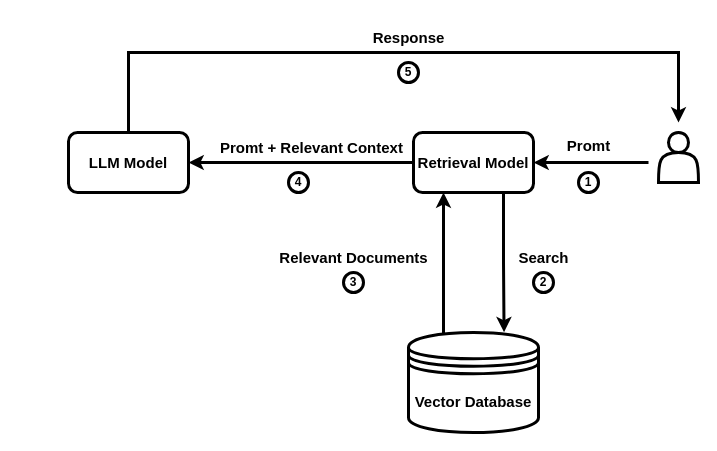
The draw.io diagram paper/bilder/Untitled Diagram.drawio in EmreMutlu99/Large-Language-Models-in-Human-machine-interaction, before the edit. Source tidied: cells renumbered, new cells numbered last; positions are measured from the earlier drawing's top-left corner, leaving out a move shared by most shapes. Both pictures are drawn from the tidied source at 100%, with x=0, y=0 at pixel (68, 22).
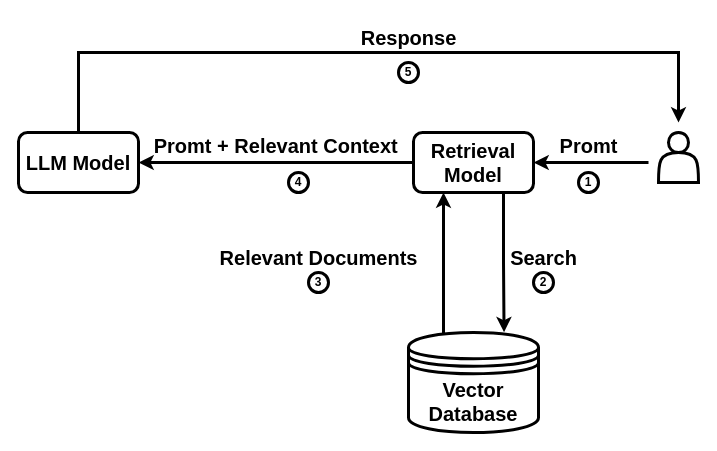
After the change.

What changed in the source:
```diff
@@
-    <mxCell id="3" value="&lt;font style=&quot;font-size: 15px;&quot;&gt;&lt;b&gt;Vector Database&lt;/b&gt;&lt;/font&gt;" style="shape=datastore;whiteSpace=wrap;html=1;strokeWidth=3;" parent="1" vertex="1">
+    <mxCell id="3" value="&lt;font style=&quot;font-size: 20px;&quot;&gt;&lt;b style=&quot;&quot;&gt;Vector Database&lt;/b&gt;&lt;/font&gt;" style="shape=datastore;whiteSpace=wrap;html=1;strokeWidth=3;" parent="1" vertex="1">
       <mxGeometry x="340" y="310" width="130" height="100" as="geometry" />
     </mxCell>
@@
-    <mxCell id="5" value="&lt;font style=&quot;font-size: 15px;&quot;&gt;&lt;b&gt;Retrieval Model&lt;/b&gt;&lt;/font&gt;" style="rounded=1;whiteSpace=wrap;html=1;strokeWidth=3;" parent="1" vertex="1">
+    <mxCell id="5" value="&lt;font style=&quot;font-size: 20px;&quot;&gt;&lt;b style=&quot;&quot;&gt;Retrieval Model&lt;/b&gt;&lt;/font&gt;" style="rounded=1;whiteSpace=wrap;html=1;strokeWidth=3;" parent="1" vertex="1">
       <mxGeometry x="345" y="110" width="120" height="60" as="geometry" />
     </mxCell>
@@
-    <mxCell id="8" value="&lt;font style=&quot;font-size: 15px;&quot;&gt;&lt;b&gt;Search&lt;/b&gt;&lt;/font&gt;" style="text;html=1;align=center;verticalAlign=middle;strokeColor=none;fillColor=none;" parent="1" vertex="1">
-      <mxGeometry x="440" y="220" width="70" height="30" as="geometry" />
+    <mxCell id="8" value="&lt;font style=&quot;font-size: 20px;&quot;&gt;&lt;b style=&quot;&quot;&gt;Search&lt;/b&gt;&lt;/font&gt;" style="text;html=1;align=center;verticalAlign=middle;strokeColor=none;fillColor=none;" parent="1" vertex="1">
+      <mxGeometry x="430" y="215" width="90" height="40" as="geometry" />
     </mxCell>
-    <mxCell id="9" value="&lt;b&gt;&lt;font style=&quot;font-size: 15px;&quot;&gt;Relevant Documents&lt;/font&gt;&lt;/b&gt;" style="text;html=1;align=center;verticalAlign=middle;strokeColor=none;fillColor=none;" parent="1" vertex="1">
-      <mxGeometry x="200" y="220" width="170" height="30" as="geometry" />
+    <mxCell id="9" value="&lt;b&gt;&lt;font style=&quot;font-size: 20px;&quot;&gt;Relevant Documents&lt;/font&gt;&lt;/b&gt;" style="text;html=1;align=center;verticalAlign=middle;strokeColor=none;fillColor=none;" parent="1" vertex="1">
+      <mxGeometry x="140" y="215" width="220" height="40" as="geometry" />
     </mxCell>
@@
-    <mxCell id="11" value="&lt;font style=&quot;font-size: 15px;&quot;&gt;&lt;b&gt;LLM Model&lt;/b&gt;&lt;/font&gt;" style="rounded=1;whiteSpace=wrap;html=1;strokeWidth=3;" parent="1" vertex="1">
-      <mxGeometry y="110" width="120" height="60" as="geometry" />
+    <mxCell id="11" value="&lt;font style=&quot;font-size: 20px;&quot;&gt;&lt;b style=&quot;&quot;&gt;LLM Model&lt;/b&gt;&lt;/font&gt;" style="rounded=1;whiteSpace=wrap;html=1;strokeWidth=3;" parent="1" vertex="1">
+      <mxGeometry x="-50" y="110" width="120" height="60" as="geometry" />
     </mxCell>
     <mxCell id="12" style="edgeStyle=orthogonalEdgeStyle;rounded=0;jettySize=auto;html=1;exitX=0.5;exitY=0;exitDx=0;exitDy=0;strokeWidth=3;" parent="1" edge="1" source="11">
       <mxGeometry relative="1" as="geometry">
         <mxPoint x="610" y="100" as="targetPoint" />
         <Array as="points">
-          <mxPoint x="60" y="30" />
+          <mxPoint x="10" y="30" />
           <mxPoint x="610" y="30" />
         </Array>
       </mxGeometry>
     </mxCell>
-    <mxCell id="13" value="&lt;font style=&quot;font-size: 15px;&quot;&gt;&lt;b&gt;Promt + Relevant Context&amp;nbsp;&lt;/b&gt;&lt;/font&gt;" style="text;html=1;align=center;verticalAlign=middle;strokeColor=none;fillColor=none;" parent="1" vertex="1">
-      <mxGeometry x="140" y="110" width="210" height="30" as="geometry" />
+    <mxCell id="13" value="&lt;font style=&quot;font-size: 20px;&quot;&gt;&lt;b style=&quot;&quot;&gt;Promt + Relevant Context&amp;nbsp;&lt;/b&gt;&lt;/font&gt;" style="text;html=1;align=center;verticalAlign=middle;strokeColor=none;fillColor=none;" parent="1" vertex="1">
+      <mxGeometry x="75" y="103" width="270" height="40" as="geometry" />
     </mxCell>
-    <mxCell id="14" value="&lt;font style=&quot;font-size: 15px;&quot;&gt;&lt;b&gt;Promt&lt;/b&gt;&lt;/font&gt;" style="text;html=1;align=center;verticalAlign=middle;strokeColor=none;fillColor=none;" parent="1" vertex="1">
-      <mxGeometry x="485" y="108" width="70" height="30" as="geometry" />
+    <mxCell id="14" value="&lt;font style=&quot;font-size: 20px;&quot;&gt;&lt;b style=&quot;&quot;&gt;Promt&lt;/b&gt;&lt;/font&gt;" style="text;html=1;align=center;verticalAlign=middle;strokeColor=none;fillColor=none;" parent="1" vertex="1">
+      <mxGeometry x="480" y="103" width="80" height="40" as="geometry" />
     </mxCell>
-    <mxCell id="15" value="&lt;font style=&quot;font-size: 15px;&quot;&gt;&lt;b&gt;Response&lt;/b&gt;&lt;/font&gt;" style="text;html=1;align=center;verticalAlign=middle;strokeColor=none;fillColor=none;" parent="1" vertex="1">
-      <mxGeometry x="290" width="100" height="30" as="geometry" />
+    <mxCell id="15" value="&lt;font style=&quot;font-size: 20px;&quot;&gt;&lt;b style=&quot;&quot;&gt;Response&lt;/b&gt;&lt;/font&gt;" style="text;html=1;align=center;verticalAlign=middle;strokeColor=none;fillColor=none;" parent="1" vertex="1">
+      <mxGeometry x="280" y="-5" width="120" height="40" as="geometry" />
     </mxCell>
@@
     <mxCell id="18" value="&lt;b&gt;3&lt;/b&gt;" style="ellipse;whiteSpace=wrap;html=1;strokeWidth=3;" parent="1" vertex="1">
-      <mxGeometry x="275" y="250" width="20" height="20" as="geometry" />
+      <mxGeometry x="240" y="250" width="20" height="20" as="geometry" />
     </mxCell>
```
